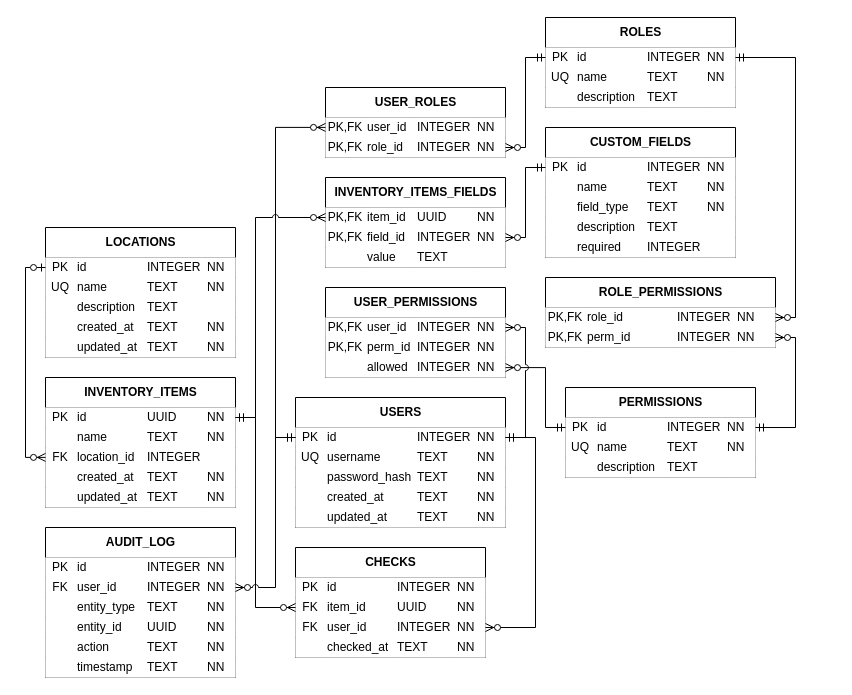
Above: docs/inventory-management.drawio in nemoe7/asset-tracker (draw.io), before the change. Source tidied: cells renumbered, new cells numbered last; positions are measured from the earlier drawing's top-left corner, leaving out a move shared by most shapes. Both pictures are drawn from the tidied source at 100%, with x=0, y=0 at pixel (25, 17).
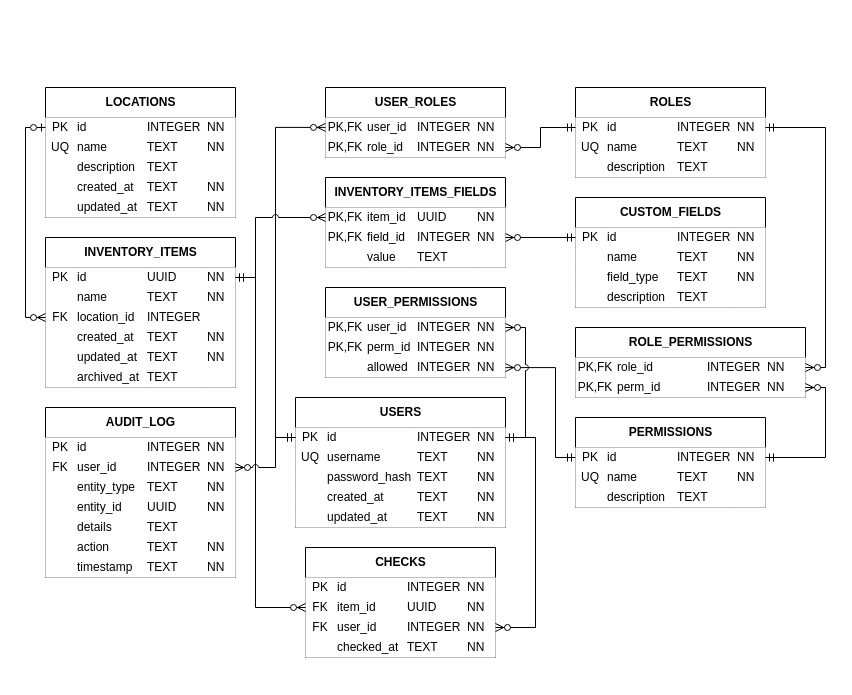
The same diagram, later.

Commit message (it also covers changes not shown here):
refactor(database): remove required constraint from custom fields, also fix er diag

The change refers to these unchanged cells:
```xml
<mxCell id="3" style="shape=tableRow;horizontal=0;startSize=0;swimlaneHead=0;swimlaneBody=0;points=[[0,0.5],[1,0.5]];portConstraint=eastwest;top=0;left=0;right=0;bottom=0;spacingLeft=0;spacingBottom=0;spacingTop=0;" parent="2" vertex="1">
  <mxGeometry y="30" width="210" height="20" as="geometry" />
</mxCell>
<mxCell id="29" style="shape=tableRow;horizontal=0;startSize=0;swimlaneHead=0;swimlaneBody=0;points=[[0,0.5],[1,0.5]];portConstraint=eastwest;top=0;left=0;right=0;bottom=0;spacingLeft=0;spacingBottom=0;spacingTop=0;" parent="28" vertex="1">
  <mxGeometry y="30" width="190" height="20" as="geometry" />
</mxCell>
<mxCell id="45" style="shape=tableRow;horizontal=0;startSize=0;swimlaneHead=0;swimlaneBody=0;points=[[0,0.5],[1,0.5]];portConstraint=eastwest;top=0;left=0;right=0;bottom=0;spacingLeft=0;spacingBottom=0;spacingTop=0;" parent="44" vertex="1">
  <mxGeometry y="30" width="190" height="20" as="geometry" />
</mxCell>
<mxCell id="66" style="shape=tableRow;horizontal=0;startSize=0;swimlaneHead=0;swimlaneBody=0;points=[[0,0.5],[1,0.5]];portConstraint=eastwest;top=0;left=0;right=0;bottom=0;spacingLeft=0;spacingBottom=0;spacingTop=0;" parent="60" vertex="1">
  <mxGeometry y="50" width="180" height="20" as="geometry" />
</mxCell>
<mxCell id="72" style="shape=tableRow;horizontal=0;startSize=0;swimlaneHead=0;swimlaneBody=0;points=[[0,0.5],[1,0.5]];portConstraint=eastwest;top=0;left=0;right=0;bottom=0;spacingLeft=0;spacingBottom=0;spacingTop=0;" parent="71" vertex="1">
  <mxGeometry y="30" width="230" height="20" as="geometry" />
</mxCell>
<mxCell id="77" style="shape=tableRow;horizontal=0;startSize=0;swimlaneHead=0;swimlaneBody=0;points=[[0,0.5],[1,0.5]];portConstraint=eastwest;top=0;left=0;right=0;bottom=0;spacingLeft=0;spacingBottom=0;spacingTop=0;" parent="71" vertex="1">
  <mxGeometry y="50" width="230" height="20" as="geometry" />
</mxCell>
<mxCell id="93" style="shape=tableRow;horizontal=0;startSize=0;swimlaneHead=0;swimlaneBody=0;points=[[0,0.5],[1,0.5]];portConstraint=eastwest;top=0;left=0;right=0;bottom=0;spacingLeft=0;spacingBottom=0;spacingTop=0;" parent="82" vertex="1">
  <mxGeometry y="70" width="180" height="20" as="geometry" />
</mxCell>
<mxCell id="99" style="shape=tableRow;horizontal=0;startSize=0;swimlaneHead=0;swimlaneBody=0;points=[[0,0.5],[1,0.5]];portConstraint=eastwest;top=0;left=0;right=0;bottom=0;spacingLeft=0;spacingBottom=0;spacingTop=0;" parent="98" vertex="1">
  <mxGeometry y="30" width="190" height="20" as="geometry" />
</mxCell>
<mxCell id="125" style="shape=tableRow;horizontal=0;startSize=0;swimlaneHead=0;swimlaneBody=0;points=[[0,0.5],[1,0.5]];portConstraint=eastwest;top=0;left=0;right=0;bottom=0;spacingLeft=0;spacingBottom=0;spacingTop=0;" parent="124" vertex="1">
  <mxGeometry y="30" width="190" height="20" as="geometry" />
</mxCell>
<mxCell id="135" style="shape=tableRow;horizontal=0;startSize=0;swimlaneHead=0;swimlaneBody=0;points=[[0,0.5],[1,0.5]];portConstraint=eastwest;top=0;left=0;right=0;bottom=0;spacingLeft=0;spacingBottom=0;spacingTop=0;" parent="124" vertex="1">
  <mxGeometry y="70" width="190" height="20" as="geometry" />
</mxCell>
<mxCell id="151" style="shape=tableRow;horizontal=0;startSize=0;swimlaneHead=0;swimlaneBody=0;points=[[0,0.5],[1,0.5]];portConstraint=eastwest;top=0;left=0;right=0;bottom=0;spacingLeft=0;spacingBottom=0;spacingTop=0;" parent="150" vertex="1">
  <mxGeometry y="30" width="190" height="20" as="geometry" />
</mxCell>
<mxCell id="177" style="shape=tableRow;horizontal=0;startSize=0;swimlaneHead=0;swimlaneBody=0;points=[[0,0.5],[1,0.5]];portConstraint=eastwest;top=0;left=0;right=0;bottom=0;spacingLeft=0;spacingBottom=0;spacingTop=0;" parent="176" vertex="1">
  <mxGeometry y="30" width="180" height="20" as="geometry" />
</mxCell>
<mxCell id="182" style="shape=tableRow;horizontal=0;startSize=0;swimlaneHead=0;swimlaneBody=0;points=[[0,0.5],[1,0.5]];portConstraint=eastwest;top=0;left=0;right=0;bottom=0;spacingLeft=0;spacingBottom=0;spacingTop=0;" parent="176" vertex="1">
  <mxGeometry y="50" width="180" height="20" as="geometry" />
</mxCell>
<mxCell id="198" style="shape=tableRow;horizontal=0;startSize=0;swimlaneHead=0;swimlaneBody=0;points=[[0,0.5],[1,0.5]];portConstraint=eastwest;top=0;left=0;right=0;bottom=0;spacingLeft=0;spacingBottom=0;spacingTop=0;" parent="192" vertex="1">
  <mxGeometry y="50" width="190" height="20" as="geometry" />
</mxCell>
<mxCell id="219" style="shape=tableRow;horizontal=0;startSize=0;swimlaneHead=0;swimlaneBody=0;points=[[0,0.5],[1,0.5]];portConstraint=eastwest;top=0;left=0;right=0;bottom=0;spacingLeft=0;spacingBottom=0;spacingTop=0;" parent="213" vertex="1">
  <mxGeometry y="50" width="190" height="20" as="geometry" />
</mxCell>
```

What changed in the source:
```diff
@@
     <mxCell id="28" value="ROLES" style="shape=table;startSize=30;childLayout=tableLayout;rowLines=0;fontStyle=1;align=center;swimlaneFillColor=none;swimlaneLine=1;rounded=0;shadow=0;columnLines=0;html=1;spacing=0;spacingTop=0;spacingLeft=0;spacingBottom=0;" parent="1" vertex="1">
-      <mxGeometry x="520" width="190" height="90" as="geometry" />
+      <mxGeometry x="550" y="70" width="190" height="90" as="geometry" />
     </mxCell>
@@
     <mxCell id="44" value="PERMISSIONS" style="shape=table;startSize=30;childLayout=tableLayout;rowLines=0;fontStyle=1;align=center;swimlaneFillColor=none;swimlaneLine=1;rounded=0;shadow=0;columnLines=0;html=1;spacing=0;spacingTop=0;spacingLeft=0;spacingBottom=0;" parent="1" vertex="1">
-      <mxGeometry x="540" y="370" width="190" height="90" as="geometry" />
+      <mxGeometry x="550" y="400" width="190" height="90" as="geometry" />
     </mxCell>
@@
     <mxCell id="71" value="ROLE_PERMISSIONS" style="shape=table;startSize=30;childLayout=tableLayout;rowLines=0;fontStyle=1;align=center;swimlaneFillColor=none;swimlaneLine=1;rounded=0;shadow=0;columnLines=0;html=1;spacing=0;spacingTop=0;spacingLeft=0;spacingBottom=0;" parent="1" vertex="1">
-      <mxGeometry x="520" y="260" width="230" height="70" as="geometry" />
+      <mxGeometry x="550" y="310" width="230" height="70" as="geometry" />
     </mxCell>
@@
     <mxCell id="98" value="LOCATIONS" style="shape=table;startSize=30;childLayout=tableLayout;rowLines=0;fontStyle=1;align=center;swimlaneFillColor=none;swimlaneLine=1;rounded=0;shadow=0;columnLines=0;html=1;spacing=0;spacingTop=0;spacingLeft=0;spacingBottom=0;" parent="1" vertex="1">
-      <mxGeometry x="20" y="210" width="190" height="130" as="geometry" />
+      <mxGeometry x="20" y="70" width="190" height="130" as="geometry" />
     </mxCell>
@@
     <mxCell id="124" value="INVENTORY_ITEMS" style="shape=table;startSize=30;childLayout=tableLayout;rowLines=0;fontStyle=1;align=center;swimlaneFillColor=none;swimlaneLine=1;rounded=0;shadow=0;columnLines=0;html=1;spacing=0;spacingTop=0;spacingLeft=0;spacingBottom=0;" parent="1" vertex="1">
-      <mxGeometry x="20" y="360" width="190" height="130" as="geometry" />
+      <mxGeometry x="20" y="220" width="190" height="150" as="geometry" />
     </mxCell>
@@
+    <mxCell id="256" style="shape=tableRow;horizontal=0;startSize=0;swimlaneHead=0;swimlaneBody=0;top=0;left=0;right=0;bottom=0;spacingLeft=0;spacingBottom=0;spacingTop=0;" parent="124" vertex="1">
+      <mxGeometry y="130" width="190" height="20" as="geometry" />
+    </mxCell>
+    <mxCell id="257" style="shape=partialRectangle;top=0;left=0;bottom=0;right=0;overflow=hidden;whiteSpace=wrap;html=1;spacingLeft=0;spacingBottom=0;spacingTop=0;" parent="256" vertex="1">
+      <mxGeometry width="30" height="20" as="geometry" />
+    </mxCell>
+    <mxCell id="258" value="archived_at" style="shape=partialRectangle;top=0;left=0;bottom=0;right=0;align=left;spacingLeft=0;overflow=hidden;whiteSpace=wrap;html=1;spacingBottom=0;spacingTop=0;" parent="256" vertex="1">
+      <mxGeometry x="30" width="70" height="20" as="geometry" />
+    </mxCell>
+    <mxCell id="259" value="TEXT" style="shape=partialRectangle;top=0;left=0;bottom=0;right=0;align=left;spacingLeft=0;overflow=hidden;whiteSpace=wrap;html=1;spacingBottom=0;spacingTop=0;" parent="256" vertex="1">
+      <mxGeometry x="100" width="60" height="20" as="geometry" />
+    </mxCell>
+    <mxCell id="260" style="shape=partialRectangle;top=0;left=0;bottom=0;right=0;align=left;spacingLeft=0;overflow=hidden;whiteSpace=wrap;html=1;spacingBottom=0;spacingTop=0;" parent="256" vertex="1">
+      <mxGeometry x="160" width="30" height="20" as="geometry" />
+    </mxCell>
     <mxCell id="150" value="CUSTOM_FIELDS" style="shape=table;startSize=30;childLayout=tableLayout;rowLines=0;fontStyle=1;align=center;swimlaneFillColor=none;swimlaneLine=1;rounded=0;shadow=0;columnLines=0;html=1;spacing=0;spacingTop=0;spacingLeft=0;spacingBottom=0;" parent="1" vertex="1">
-      <mxGeometry x="520" y="110" width="190" height="130" as="geometry" />
+      <mxGeometry x="550" y="180" width="190" height="110" as="geometry" />
     </mxCell>
@@
-    <mxCell id="171" style="shape=tableRow;horizontal=0;startSize=0;swimlaneHead=0;swimlaneBody=0;top=0;left=0;right=0;bottom=0;spacingLeft=0;spacingBottom=0;spacingTop=0;" parent="150" vertex="1">
-      <mxGeometry y="110" width="190" height="20" as="geometry" />
-    </mxCell>
-    <mxCell id="172" style="shape=partialRectangle;top=0;left=0;bottom=0;right=0;overflow=hidden;whiteSpace=wrap;html=1;spacingLeft=0;spacingBottom=0;spacingTop=0;" parent="171" vertex="1">
-      <mxGeometry width="30" height="20" as="geometry" />
-    </mxCell>
-    <mxCell id="173" value="required" style="shape=partialRectangle;top=0;left=0;bottom=0;right=0;align=left;spacingLeft=0;overflow=hidden;whiteSpace=wrap;html=1;spacingBottom=0;spacingTop=0;" parent="171" vertex="1">
-      <mxGeometry x="30" width="70" height="20" as="geometry" />
-    </mxCell>
-    <mxCell id="174" value="INTEGER" style="shape=partialRectangle;top=0;left=0;bottom=0;right=0;align=left;spacingLeft=0;overflow=hidden;whiteSpace=wrap;html=1;spacingBottom=0;spacingTop=0;" parent="171" vertex="1">
-      <mxGeometry x="100" width="60" height="20" as="geometry" />
-    </mxCell>
-    <mxCell id="175" style="shape=partialRectangle;top=0;left=0;bottom=0;right=0;align=left;spacingLeft=0;overflow=hidden;whiteSpace=wrap;html=1;spacingBottom=0;spacingTop=0;" parent="171" vertex="1">
-      <mxGeometry x="160" width="30" height="20" as="geometry" />
-    </mxCell>
@@
     <mxCell id="192" value="CHECKS" style="shape=table;startSize=30;childLayout=tableLayout;rowLines=0;fontStyle=1;align=center;swimlaneFillColor=none;swimlaneLine=1;rounded=0;shadow=0;columnLines=0;html=1;spacing=0;spacingTop=0;spacingLeft=0;spacingBottom=0;" parent="1" vertex="1">
-      <mxGeometry x="270" y="530" width="190" height="110" as="geometry" />
+      <mxGeometry x="280" y="530" width="190" height="110" as="geometry" />
     </mxCell>
@@
     <mxCell id="213" value="AUDIT_LOG" style="shape=table;startSize=30;childLayout=tableLayout;rowLines=0;fontStyle=1;align=center;swimlaneFillColor=none;swimlaneLine=1;rounded=0;shadow=0;columnLines=0;html=1;spacing=0;spacingTop=0;spacingLeft=0;spacingBottom=0;" parent="1" vertex="1">
-      <mxGeometry x="20" y="510" width="190" height="150" as="geometry" />
+      <mxGeometry x="20" y="390" width="190" height="170" as="geometry" />
     </mxCell>
@@
+    <mxCell id="171" style="shape=tableRow;horizontal=0;startSize=0;swimlaneHead=0;swimlaneBody=0;top=0;left=0;right=0;bottom=0;spacingLeft=0;spacingBottom=0;spacingTop=0;" parent="213" vertex="1">
+      <mxGeometry y="110" width="190" height="20" as="geometry" />
+    </mxCell>
+    <mxCell id="261" style="shape=partialRectangle;top=0;left=0;bottom=0;right=0;overflow=hidden;whiteSpace=wrap;html=1;spacingLeft=0;spacingBottom=0;spacingTop=0;" parent="171" vertex="1">
+      <mxGeometry width="30" height="20" as="geometry" />
+    </mxCell>
+    <mxCell id="262" value="details" style="shape=partialRectangle;top=0;left=0;bottom=0;right=0;align=left;spacingLeft=0;overflow=hidden;whiteSpace=wrap;html=1;spacingBottom=0;spacingTop=0;" parent="171" vertex="1">
+      <mxGeometry x="30" width="70" height="20" as="geometry" />
+    </mxCell>
+    <mxCell id="263" value="TEXT" style="shape=partialRectangle;top=0;left=0;bottom=0;right=0;align=left;spacingLeft=0;overflow=hidden;whiteSpace=wrap;html=1;spacingBottom=0;spacingTop=0;" parent="171" vertex="1">
+      <mxGeometry x="100" width="60" height="20" as="geometry" />
+    </mxCell>
+    <mxCell id="264" style="shape=partialRectangle;top=0;left=0;bottom=0;right=0;align=left;spacingLeft=0;overflow=hidden;whiteSpace=wrap;html=1;spacingBottom=0;spacingTop=0;" parent="171" vertex="1">
+      <mxGeometry x="160" width="30" height="20" as="geometry" />
+    </mxCell>
     <mxCell id="234" style="shape=tableRow;horizontal=0;startSize=0;swimlaneHead=0;swimlaneBody=0;top=0;left=0;right=0;bottom=0;spacingLeft=0;spacingBottom=0;spacingTop=0;" parent="213" vertex="1">
-      <mxGeometry y="110" width="190" height="20" as="geometry" />
+      <mxGeometry y="130" width="190" height="20" as="geometry" />
     </mxCell>
@@
     <mxCell id="239" style="shape=tableRow;horizontal=0;startSize=0;swimlaneHead=0;swimlaneBody=0;top=0;left=0;right=0;bottom=0;spacingLeft=0;spacingBottom=0;spacingTop=0;" parent="213" vertex="1">
-      <mxGeometry y="130" width="190" height="20" as="geometry" />
+      <mxGeometry y="150" width="190" height="20" as="geometry" />
     </mxCell>
@@
     <mxCell id="245" style="edgeStyle=orthogonalEdgeStyle;fontSize=12;html=1;endArrow=ERzeroToMany;startArrow=ERmandOne;rounded=0;jumpStyle=arc;libavoidRouting=1;" parent="1" edge="1" source="29" target="66">
       <mxGeometry relative="1" as="geometry">
         <Array as="points">
-          <mxPoint x="500" y="40" />
-          <mxPoint x="500" y="130" />
+          <mxPoint x="515" y="110" />
+          <mxPoint x="515" y="130" />
         </Array>
       </mxGeometry>
     </mxCell>
     <mxCell id="246" style="edgeStyle=orthogonalEdgeStyle;fontSize=12;html=1;endArrow=ERzeroToMany;startArrow=ERmandOne;rounded=0;jumpStyle=arc;" parent="1" edge="1" source="29" target="72">
       <mxGeometry relative="1" as="geometry">
         <Array as="points">
-          <mxPoint x="770" y="40" />
-          <mxPoint x="770" y="300" />
+          <mxPoint x="800" y="110" />
+          <mxPoint x="800" y="350" />
         </Array>
       </mxGeometry>
     </mxCell>
     <mxCell id="247" style="edgeStyle=orthogonalEdgeStyle;fontSize=12;html=1;endArrow=ERzeroToMany;startArrow=ERmandOne;rounded=0;jumpStyle=arc;" parent="1" edge="1" source="45" target="77">
       <mxGeometry relative="1" as="geometry">
         <Array as="points">
-          <mxPoint x="770" y="410" />
-          <mxPoint x="770" y="320" />
+          <mxPoint x="800" y="440" />
+          <mxPoint x="800" y="370" />
         </Array>
       </mxGeometry>
     </mxCell>
     <mxCell id="248" style="edgeStyle=orthogonalEdgeStyle;fontSize=12;html=1;endArrow=ERzeroToMany;startArrow=ERmandOne;rounded=0;jumpStyle=arc;" parent="1" edge="1" source="45" target="93">
       <mxGeometry relative="1" as="geometry">
         <Array as="points">
-          <mxPoint x="520" y="350.1" />
+          <mxPoint x="530" y="440" />
+          <mxPoint x="530" y="350.1" />
         </Array>
       </mxGeometry>
     </mxCell>
@@
-    <mxCell id="250" style="edgeStyle=orthogonalEdgeStyle;fontSize=12;html=1;endArrow=ERzeroToMany;startArrow=ERzeroToOne;rounded=0;jumpStyle=arc;startFill=0;" parent="1" edge="1" target="135">
+    <mxCell id="250" style="edgeStyle=orthogonalEdgeStyle;fontSize=12;html=1;endArrow=ERzeroToMany;startArrow=ERzeroToOne;rounded=0;jumpStyle=arc;startFill=0;" parent="1" edge="1" source="99" target="135">
       <mxGeometry relative="1" as="geometry">
-        <mxPoint x="20" y="250" as="sourcePoint" />
         <Array as="points">
-          <mxPoint y="250" />
-          <mxPoint y="439.9" />
+          <mxPoint y="110" />
+          <mxPoint y="300" />
         </Array>
       </mxGeometry>
     </mxCell>
     <mxCell id="251" style="edgeStyle=orthogonalEdgeStyle;fontSize=12;html=1;endArrow=ERzeroToMany;startArrow=ERmandOne;rounded=0;jumpStyle=arc;" parent="1" edge="1" source="125" target="177">
       <mxGeometry relative="1" as="geometry">
         <Array as="points">
-          <mxPoint x="230" y="400" />
+          <mxPoint x="230" y="260" />
           <mxPoint x="230" y="200" />
         </Array>
       </mxGeometry>
     </mxCell>
     <mxCell id="252" style="edgeStyle=orthogonalEdgeStyle;fontSize=12;html=1;endArrow=ERzeroToMany;startArrow=ERmandOne;rounded=0;jumpStyle=arc;" parent="1" edge="1" source="151" target="182">
       <mxGeometry relative="1" as="geometry">
         <Array as="points">
-          <mxPoint x="500" y="150" />
-          <mxPoint x="500" y="220" />
+          <mxPoint x="570" y="220" />
+          <mxPoint x="570" y="220" />
         </Array>
       </mxGeometry>
     </mxCell>
     <mxCell id="253" style="edgeStyle=orthogonalEdgeStyle;fontSize=12;html=1;endArrow=ERzeroToMany;startArrow=ERmandOne;rounded=0;jumpStyle=arc;" parent="1" edge="1" source="125" target="198">
       <mxGeometry relative="1" as="geometry">
         <Array as="points">
-          <mxPoint x="230" y="400" />
+          <mxPoint x="230" y="260" />
           <mxPoint x="230" y="590" />
         </Array>
       </mxGeometry>
     </mxCell>
@@
     <mxCell id="255" style="edgeStyle=orthogonalEdgeStyle;fontSize=12;html=1;endArrow=ERzeroToMany;startArrow=ERmandOne;rounded=0;jumpStyle=arc;" parent="1" edge="1" source="3" target="219">
       <mxGeometry relative="1" as="geometry">
         <Array as="points">
           <mxPoint x="250" y="420" />
-          <mxPoint x="250" y="570" />
+          <mxPoint x="250" y="450" />
         </Array>
       </mxGeometry>
     </mxCell>
```
